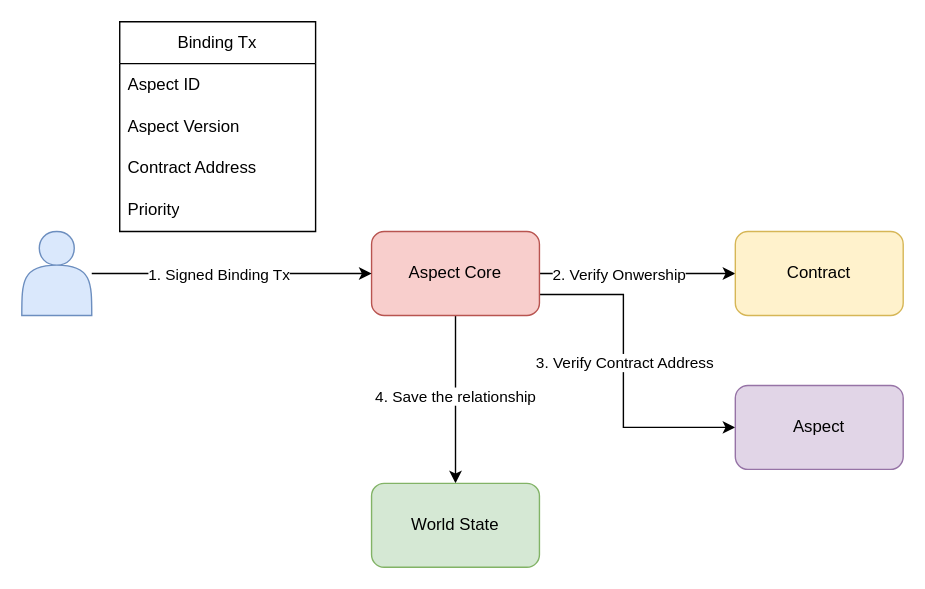
This is docs/develop/core-concepts/binding/binding.svg from artela-network/artela-docs, a draw.io export, as it was before one commit. Source tidied: cells renumbered, new cells last; positions are measured from the earlier drawing's top-left corner, leaving out a move shared by most shapes. Source of this version:
```xml
<mxGraphModel>
  <root>
    <mxCell id="0" />
    <mxCell id="1" parent="0" />
    <mxCell id="2" style="edgeStyle=orthogonalEdgeStyle;rounded=0;jettySize=auto;html=1;entryX=0;entryY=0.5;entryDx=0;entryDy=0;" parent="1" edge="1" source="8" target="17">
      <mxGeometry relative="1" as="geometry" />
    </mxCell>
    <mxCell id="3" value="2. Verify Onwership" style="edgeLabel;html=1;align=center;verticalAlign=middle;" parent="2" vertex="1">
      <mxGeometry x="-0.2" y="2" relative="1" as="geometry">
        <mxPoint y="2" as="offset" />
      </mxGeometry>
    </mxCell>
    <mxCell id="4" style="edgeStyle=orthogonalEdgeStyle;rounded=0;jettySize=auto;html=1;exitX=1;exitY=0.75;exitDx=0;exitDy=0;entryX=0;entryY=0.5;entryDx=0;entryDy=0;" parent="1" edge="1" source="8" target="18">
      <mxGeometry relative="1" as="geometry">
        <Array as="points">
          <mxPoint x="430" y="195" />
          <mxPoint x="430" y="290" />
        </Array>
      </mxGeometry>
    </mxCell>
    <mxCell id="5" value="3. Verify Contract Address" style="edgeLabel;html=1;align=center;verticalAlign=middle;" parent="4" vertex="1">
      <mxGeometry x="-0.08" relative="1" as="geometry" />
    </mxCell>
    <mxCell id="6" style="edgeStyle=orthogonalEdgeStyle;rounded=0;jettySize=auto;html=1;" parent="1" edge="1" source="8" target="19">
      <mxGeometry relative="1" as="geometry" />
    </mxCell>
    <mxCell id="7" value="4. Save the relationship" style="edgeLabel;html=1;align=center;verticalAlign=middle;" parent="6" vertex="1">
      <mxGeometry x="-0.05" y="-1" relative="1" as="geometry" />
    </mxCell>
    <mxCell id="8" value="Aspect Core" style="rounded=1;whiteSpace=wrap;html=1;fillColor=#f8cecc;strokeColor=#b85450;" parent="1" vertex="1">
      <mxGeometry x="250" y="150" width="120" height="60" as="geometry" />
    </mxCell>
    <mxCell id="9" style="edgeStyle=orthogonalEdgeStyle;rounded=0;jettySize=auto;html=1;" parent="1" edge="1" source="11" target="8">
      <mxGeometry relative="1" as="geometry" />
    </mxCell>
    <mxCell id="10" value="1. Signed Binding Tx" style="edgeLabel;html=1;align=center;verticalAlign=middle;" parent="9" vertex="1">
      <mxGeometry x="-0.16" y="1" relative="1" as="geometry">
        <mxPoint x="6" y="1" as="offset" />
      </mxGeometry>
    </mxCell>
    <mxCell id="11" style="shape=actor;whiteSpace=wrap;html=1;fillColor=#dae8fc;strokeColor=#6c8ebf;" parent="1" vertex="1">
      <mxGeometry y="150" width="50" height="60" as="geometry" />
    </mxCell>
    <mxCell id="12" value="Binding Tx" style="swimlane;fontStyle=0;horizontal=1;startSize=30;whiteSpace=wrap;html=1;" parent="1" vertex="1">
      <mxGeometry x="70" width="140" height="150" as="geometry" />
    </mxCell>
    <mxCell id="13" value="Aspect ID" style="text;strokeColor=none;fillColor=none;align=left;verticalAlign=middle;spacingLeft=4;spacingRight=4;overflow=hidden;whiteSpace=wrap;html=1;" parent="12" vertex="1">
      <mxGeometry y="30" width="140" height="30" as="geometry" />
    </mxCell>
    <mxCell id="14" value="Aspect Version" style="text;strokeColor=none;fillColor=none;align=left;verticalAlign=middle;spacingLeft=4;spacingRight=4;overflow=hidden;whiteSpace=wrap;html=1;" parent="12" vertex="1">
      <mxGeometry y="60" width="140" height="30" as="geometry" />
    </mxCell>
    <mxCell id="15" value="Contract Address" style="text;strokeColor=none;fillColor=none;align=left;verticalAlign=middle;spacingLeft=4;spacingRight=4;overflow=hidden;whiteSpace=wrap;html=1;" parent="12" vertex="1">
      <mxGeometry y="90" width="140" height="30" as="geometry" />
    </mxCell>
    <mxCell id="16" value="Priority" style="text;strokeColor=none;fillColor=none;align=left;verticalAlign=middle;spacingLeft=4;spacingRight=4;overflow=hidden;whiteSpace=wrap;html=1;" parent="12" vertex="1">
      <mxGeometry y="120" width="140" height="30" as="geometry" />
    </mxCell>
    <mxCell id="17" value="Contract" style="rounded=1;whiteSpace=wrap;html=1;fillColor=#fff2cc;strokeColor=#d6b656;" parent="1" vertex="1">
      <mxGeometry x="510" y="150" width="120" height="60" as="geometry" />
    </mxCell>
    <mxCell id="18" value="Aspect" style="rounded=1;whiteSpace=wrap;html=1;fillColor=#e1d5e7;strokeColor=#9673a6;" parent="1" vertex="1">
      <mxGeometry x="510" y="260" width="120" height="60" as="geometry" />
    </mxCell>
    <mxCell id="19" value="World State" style="rounded=1;whiteSpace=wrap;html=1;fillColor=#d5e8d4;strokeColor=#82b366;" parent="1" vertex="1">
      <mxGeometry x="250" y="330" width="120" height="60" as="geometry" />
    </mxCell>
  </root>
</mxGraphModel>
```
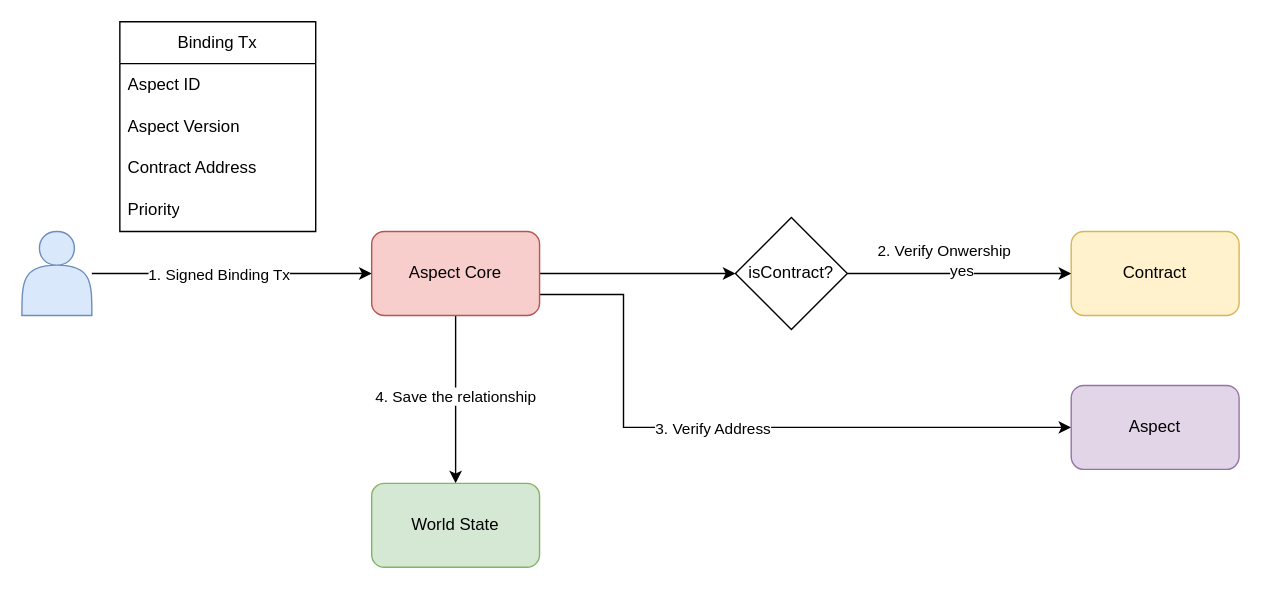
The same diagram one commit later.

Commit message:
doc(dev/core): added on-tx-verify related concepts

What changed in the source:
```diff
@@ -2,14 +2,6 @@
   <root>
     <mxCell id="0" />
     <mxCell id="1" parent="0" />
-    <mxCell id="2" style="edgeStyle=orthogonalEdgeStyle;rounded=0;jettySize=auto;html=1;entryX=0;entryY=0.5;entryDx=0;entryDy=0;" parent="1" edge="1" source="8" target="17">
-      <mxGeometry relative="1" as="geometry" />
-    </mxCell>
-    <mxCell id="3" value="2. Verify Onwership" style="edgeLabel;html=1;align=center;verticalAlign=middle;" parent="2" vertex="1">
-      <mxGeometry x="-0.2" y="2" relative="1" as="geometry">
-        <mxPoint y="2" as="offset" />
-      </mxGeometry>
-    </mxCell>
     <mxCell id="4" style="edgeStyle=orthogonalEdgeStyle;rounded=0;jettySize=auto;html=1;exitX=1;exitY=0.75;exitDx=0;exitDy=0;entryX=0;entryY=0.5;entryDx=0;entryDy=0;" parent="1" edge="1" source="8" target="18">
       <mxGeometry relative="1" as="geometry">
         <Array as="points">
@@ -18,7 +10,7 @@
         </Array>
       </mxGeometry>
     </mxCell>
-    <mxCell id="5" value="3. Verify Contract Address" style="edgeLabel;html=1;align=center;verticalAlign=middle;" parent="4" vertex="1">
+    <mxCell id="5" value="3. Verify Address" style="edgeLabel;html=1;align=center;verticalAlign=middle;" parent="4" vertex="1">
       <mxGeometry x="-0.08" relative="1" as="geometry" />
     </mxCell>
     <mxCell id="6" style="edgeStyle=orthogonalEdgeStyle;rounded=0;jettySize=auto;html=1;" parent="1" edge="1" source="8" target="19">
@@ -27,6 +19,9 @@
     <mxCell id="7" value="4. Save the relationship" style="edgeLabel;html=1;align=center;verticalAlign=middle;" parent="6" vertex="1">
       <mxGeometry x="-0.05" y="-1" relative="1" as="geometry" />
     </mxCell>
+    <mxCell id="20" style="edgeStyle=orthogonalEdgeStyle;rounded=0;jettySize=auto;html=1;" parent="1" edge="1" source="8" target="23">
+      <mxGeometry relative="1" as="geometry" />
+    </mxCell>
     <mxCell id="8" value="Aspect Core" style="rounded=1;whiteSpace=wrap;html=1;fillColor=#f8cecc;strokeColor=#b85450;" parent="1" vertex="1">
       <mxGeometry x="250" y="150" width="120" height="60" as="geometry" />
     </mxCell>
@@ -57,13 +52,25 @@
       <mxGeometry y="120" width="140" height="30" as="geometry" />
     </mxCell>
     <mxCell id="17" value="Contract" style="rounded=1;whiteSpace=wrap;html=1;fillColor=#fff2cc;strokeColor=#d6b656;" parent="1" vertex="1">
-      <mxGeometry x="510" y="150" width="120" height="60" as="geometry" />
+      <mxGeometry x="750" y="150" width="120" height="60" as="geometry" />
     </mxCell>
     <mxCell id="18" value="Aspect" style="rounded=1;whiteSpace=wrap;html=1;fillColor=#e1d5e7;strokeColor=#9673a6;" parent="1" vertex="1">
-      <mxGeometry x="510" y="260" width="120" height="60" as="geometry" />
+      <mxGeometry x="750" y="260" width="120" height="60" as="geometry" />
     </mxCell>
     <mxCell id="19" value="World State" style="rounded=1;whiteSpace=wrap;html=1;fillColor=#d5e8d4;strokeColor=#82b366;" parent="1" vertex="1">
       <mxGeometry x="250" y="330" width="120" height="60" as="geometry" />
     </mxCell>
+    <mxCell id="21" style="edgeStyle=orthogonalEdgeStyle;rounded=0;jettySize=auto;html=1;" parent="1" edge="1" source="23" target="17">
+      <mxGeometry relative="1" as="geometry" />
+    </mxCell>
+    <mxCell id="22" value="yes" style="edgeLabel;html=1;align=center;verticalAlign=middle;" parent="21" vertex="1">
+      <mxGeometry x="0.02" y="3" relative="1" as="geometry" />
+    </mxCell>
+    <mxCell id="23" value="isContract?" style="rhombus;whiteSpace=wrap;html=1;" parent="1" vertex="1">
+      <mxGeometry x="510" y="140" width="80" height="80" as="geometry" />
+    </mxCell>
+    <mxCell id="3" value="&lt;span style=&quot;color: rgb(0, 0, 0); font-family: Helvetica; font-size: 11px; font-style: normal; font-variant-ligatures: normal; font-variant-caps: normal; font-weight: 400; letter-spacing: normal; orphans: 2; text-align: center; text-indent: 0px; text-transform: none; widows: 2; word-spacing: 0px; -webkit-text-stroke-width: 0px; background-color: rgb(255, 255, 255); text-decoration-thickness: initial; text-decoration-style: initial; text-decoration-color: initial; float: none; display: inline !important;&quot;&gt;2. Verify Onwership&lt;/span&gt;" style="text;whiteSpace=wrap;html=1;" parent="1" vertex="1">
+      <mxGeometry x="610" y="150" width="130" height="20" as="geometry" />
+    </mxCell>
   </root>
 </mxGraphModel>
```
